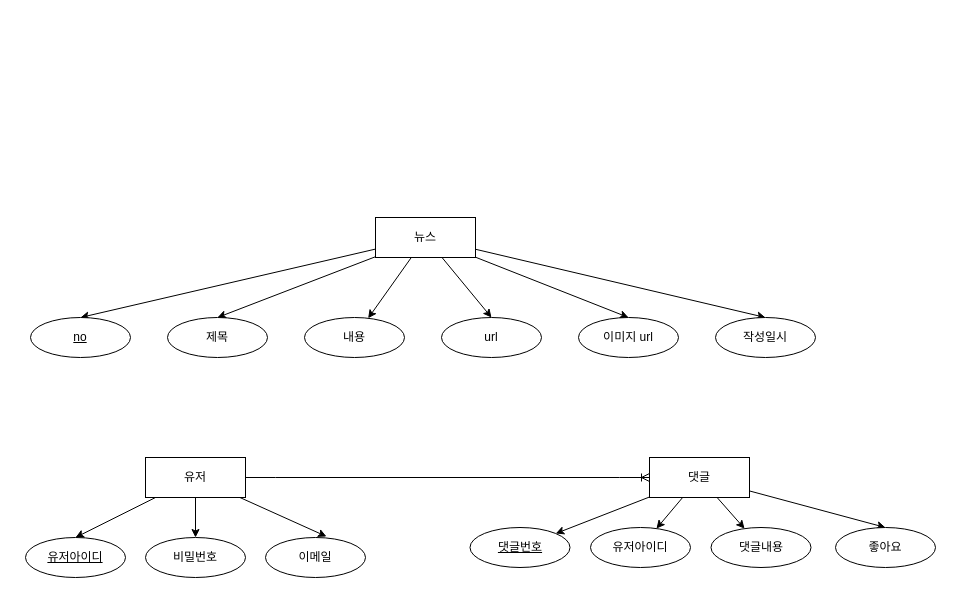
Before: document/뉴스.drawio in jinh0318a/ArirangNews, a draw.io diagram. Source tidied: cells renumbered, new cells numbered last; positions are measured from the earlier drawing's top-left corner, leaving out a move shared by most shapes. Both pictures are drawn from the tidied source at 100%, with x=0, y=0 at pixel (25, 217).
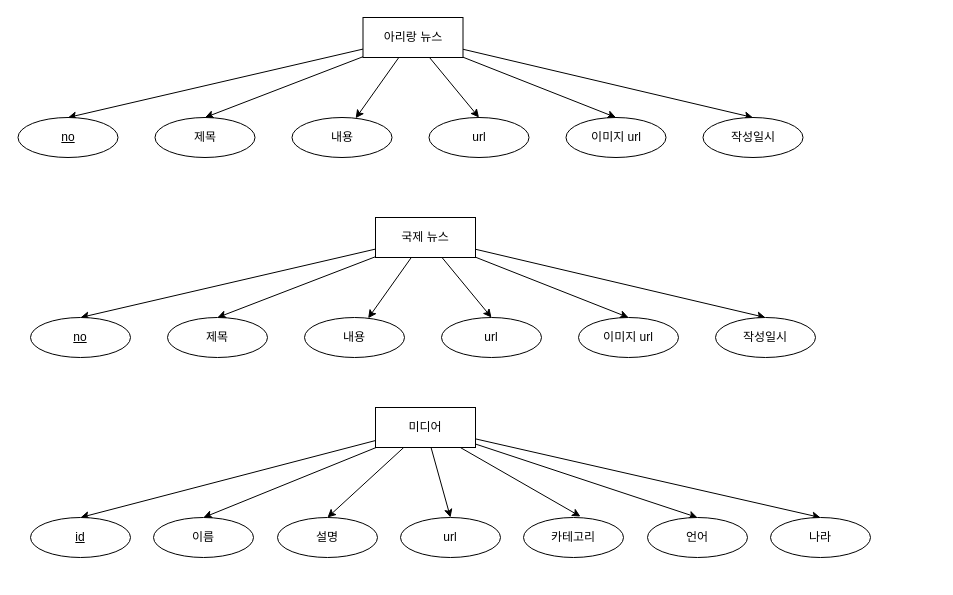
The same diagram, later.

The edit, as a diff of the source:
```diff
@@
-    <mxCell id="8" value="뉴스" style="whiteSpace=wrap;html=1;align=center;" parent="1" vertex="1">
+    <mxCell id="8" value="국제 뉴스" style="whiteSpace=wrap;html=1;align=center;" parent="1" vertex="1">
       <mxGeometry x="350" width="100" height="40" as="geometry" />
     </mxCell>
@@
-    <mxCell id="15" style="edgeStyle=orthogonalEdgeStyle;rounded=0;jettySize=auto;html=1;entryX=0.5;entryY=0;entryDx=0;entryDy=0;" parent="1" edge="1" source="18" target="24">
-      <mxGeometry relative="1" as="geometry" />
-    </mxCell>
-    <mxCell id="16" style="rounded=0;jettySize=auto;html=1;entryX=0.5;entryY=0;entryDx=0;entryDy=0;" parent="1" edge="1" source="18" target="25">
-      <mxGeometry relative="1" as="geometry" />
-    </mxCell>
-    <mxCell id="17" style="rounded=0;jettySize=auto;html=1;entryX=0.61;entryY=-0.025;entryDx=0;entryDy=0;entryPerimeter=0;" parent="1" edge="1" source="18" target="27">
-      <mxGeometry relative="1" as="geometry" />
-    </mxCell>
-    <mxCell id="18" value="유저" style="whiteSpace=wrap;html=1;align=center;" parent="1" vertex="1">
-      <mxGeometry x="120" y="240" width="100" height="40" as="geometry" />
-    </mxCell>
-    <mxCell id="19" style="rounded=0;jettySize=auto;html=1;" parent="1" edge="1" source="23" target="29">
-      <mxGeometry relative="1" as="geometry" />
-    </mxCell>
-    <mxCell id="20" style="rounded=0;jettySize=auto;html=1;" parent="1" edge="1" source="23" target="28">
-      <mxGeometry relative="1" as="geometry" />
-    </mxCell>
-    <mxCell id="21" style="rounded=0;jettySize=auto;html=1;" parent="1" edge="1" source="23" target="26">
-      <mxGeometry relative="1" as="geometry" />
-    </mxCell>
-    <mxCell id="22" style="rounded=0;jettySize=auto;html=1;entryX=0.5;entryY=0;entryDx=0;entryDy=0;" parent="1" edge="1" source="23" target="31">
-      <mxGeometry relative="1" as="geometry" />
-    </mxCell>
-    <mxCell id="23" value="댓글" style="whiteSpace=wrap;html=1;align=center;" parent="1" vertex="1">
-      <mxGeometry x="624" y="240" width="100" height="40" as="geometry" />
-    </mxCell>
-    <mxCell id="24" value="비밀번호" style="ellipse;whiteSpace=wrap;html=1;align=center;" parent="1" vertex="1">
-      <mxGeometry x="120" y="320" width="100" height="40" as="geometry" />
-    </mxCell>
-    <mxCell id="25" value="유저아이디" style="ellipse;whiteSpace=wrap;html=1;align=center;fontStyle=4;" parent="1" vertex="1">
-      <mxGeometry y="320" width="100" height="40" as="geometry" />
-    </mxCell>
-    <mxCell id="26" value="댓글번호" style="ellipse;whiteSpace=wrap;html=1;align=center;fontStyle=4;" parent="1" vertex="1">
-      <mxGeometry x="444.5" y="310" width="100" height="40" as="geometry" />
-    </mxCell>
-    <mxCell id="27" value="이메일" style="ellipse;whiteSpace=wrap;html=1;align=center;" parent="1" vertex="1">
-      <mxGeometry x="240" y="320" width="100" height="40" as="geometry" />
-    </mxCell>
-    <mxCell id="28" value="유저아이디" style="ellipse;whiteSpace=wrap;html=1;align=center;" parent="1" vertex="1">
-      <mxGeometry x="565" y="310" width="100" height="40" as="geometry" />
-    </mxCell>
-    <mxCell id="29" value="댓글내용" style="ellipse;whiteSpace=wrap;html=1;align=center;" parent="1" vertex="1">
-      <mxGeometry x="685.5" y="310" width="100" height="40" as="geometry" />
-    </mxCell>
-    <mxCell id="30" style="edgeStyle=entityRelationEdgeStyle;fontSize=12;html=1;endArrow=ERoneToMany;rounded=0;" parent="1" edge="1" source="18" target="23">
-      <mxGeometry relative="1" as="geometry" />
-    </mxCell>
-    <mxCell id="31" value="좋아요" style="ellipse;whiteSpace=wrap;html=1;align=center;" parent="1" vertex="1">
-      <mxGeometry x="810" y="310" width="100" height="40" as="geometry" />
-    </mxCell>
+    <mxCell id="32" style="rounded=0;jettySize=auto;html=1;" parent="1" edge="1" source="38" target="43">
+      <mxGeometry relative="1" as="geometry" />
+    </mxCell>
+    <mxCell id="33" style="rounded=0;jettySize=auto;html=1;entryX=0.5;entryY=0;entryDx=0;entryDy=0;" parent="1" edge="1" source="38" target="39">
+      <mxGeometry relative="1" as="geometry" />
+    </mxCell>
+    <mxCell id="34" style="rounded=0;jettySize=auto;html=1;entryX=0.5;entryY=0;entryDx=0;entryDy=0;" parent="1" edge="1" source="38" target="42">
+      <mxGeometry relative="1" as="geometry" />
+    </mxCell>
+    <mxCell id="35" style="rounded=0;jettySize=auto;html=1;entryX=0.5;entryY=0;entryDx=0;entryDy=0;" parent="1" edge="1" source="38" target="40">
+      <mxGeometry relative="1" as="geometry" />
+    </mxCell>
+    <mxCell id="36" style="rounded=0;jettySize=auto;html=1;entryX=0.5;entryY=0;entryDx=0;entryDy=0;" parent="1" edge="1" source="38" target="41">
+      <mxGeometry relative="1" as="geometry" />
+    </mxCell>
+    <mxCell id="37" style="rounded=0;jettySize=auto;html=1;entryX=0.5;entryY=0;entryDx=0;entryDy=0;" parent="1" edge="1" source="38" target="44">
+      <mxGeometry relative="1" as="geometry" />
+    </mxCell>
+    <mxCell id="38" value="아리랑 뉴스" style="whiteSpace=wrap;html=1;align=center;" parent="1" vertex="1">
+      <mxGeometry x="337.5" y="-200" width="100" height="40" as="geometry" />
+    </mxCell>
+    <mxCell id="39" value="제목" style="ellipse;whiteSpace=wrap;html=1;align=center;" parent="1" vertex="1">
+      <mxGeometry x="129.5" y="-100" width="100" height="40" as="geometry" />
+    </mxCell>
+    <mxCell id="40" value="no" style="ellipse;whiteSpace=wrap;html=1;align=center;fontStyle=4;" parent="1" vertex="1">
+      <mxGeometry x="-7.5" y="-100" width="100" height="40" as="geometry" />
+    </mxCell>
+    <mxCell id="41" value="이미지 url" style="ellipse;whiteSpace=wrap;html=1;align=center;" parent="1" vertex="1">
+      <mxGeometry x="540.5" y="-100" width="100" height="40" as="geometry" />
+    </mxCell>
+    <mxCell id="42" value="url" style="ellipse;whiteSpace=wrap;html=1;align=center;" parent="1" vertex="1">
+      <mxGeometry x="403.5" y="-100" width="100" height="40" as="geometry" />
+    </mxCell>
+    <mxCell id="43" value="내용" style="ellipse;whiteSpace=wrap;html=1;align=center;" parent="1" vertex="1">
+      <mxGeometry x="266.5" y="-100" width="100" height="40" as="geometry" />
+    </mxCell>
+    <mxCell id="44" value="작성일시" style="ellipse;whiteSpace=wrap;html=1;align=center;" parent="1" vertex="1">
+      <mxGeometry x="677.5" y="-100" width="100" height="40" as="geometry" />
+    </mxCell>
+    <mxCell id="45" style="rounded=0;jettySize=auto;html=1;entryX=0.5;entryY=0;entryDx=0;entryDy=0;" parent="1" edge="1" source="52" target="55">
+      <mxGeometry relative="1" as="geometry" />
+    </mxCell>
+    <mxCell id="46" style="rounded=0;jettySize=auto;html=1;entryX=0.5;entryY=0;entryDx=0;entryDy=0;" parent="1" edge="1" source="52" target="53">
+      <mxGeometry relative="1" as="geometry" />
+    </mxCell>
+    <mxCell id="47" style="rounded=0;jettySize=auto;html=1;entryX=0.57;entryY=-0.025;entryDx=0;entryDy=0;entryPerimeter=0;" parent="1" edge="1" source="52" target="56">
+      <mxGeometry relative="1" as="geometry" />
+    </mxCell>
+    <mxCell id="48" style="rounded=0;jettySize=auto;html=1;entryX=0.5;entryY=0;entryDx=0;entryDy=0;" parent="1" edge="1" source="52" target="57">
+      <mxGeometry relative="1" as="geometry" />
+    </mxCell>
+    <mxCell id="49" style="rounded=0;jettySize=auto;html=1;entryX=0.5;entryY=0;entryDx=0;entryDy=0;" parent="1" edge="1" source="52" target="58">
+      <mxGeometry relative="1" as="geometry" />
+    </mxCell>
+    <mxCell id="50" style="rounded=0;jettySize=auto;html=1;entryX=0.5;entryY=0;entryDx=0;entryDy=0;" parent="1" edge="1" source="52" target="59">
+      <mxGeometry relative="1" as="geometry" />
+    </mxCell>
+    <mxCell id="51" style="rounded=0;jettySize=auto;html=1;entryX=0.5;entryY=0;entryDx=0;entryDy=0;" parent="1" edge="1" source="52" target="54">
+      <mxGeometry relative="1" as="geometry" />
+    </mxCell>
+    <mxCell id="52" value="미디어" style="whiteSpace=wrap;html=1;align=center;" parent="1" vertex="1">
+      <mxGeometry x="350" y="190" width="100" height="40" as="geometry" />
+    </mxCell>
+    <mxCell id="53" value="설명" style="ellipse;whiteSpace=wrap;html=1;align=center;" parent="1" vertex="1">
+      <mxGeometry x="252" y="300" width="100" height="40" as="geometry" />
+    </mxCell>
+    <mxCell id="54" value="id" style="ellipse;whiteSpace=wrap;html=1;align=center;fontStyle=4;" parent="1" vertex="1">
+      <mxGeometry x="5" y="300" width="100" height="40" as="geometry" />
+    </mxCell>
+    <mxCell id="55" value="url" style="ellipse;whiteSpace=wrap;html=1;align=center;" parent="1" vertex="1">
+      <mxGeometry x="375" y="300" width="100" height="40" as="geometry" />
+    </mxCell>
+    <mxCell id="56" value="카테고리" style="ellipse;whiteSpace=wrap;html=1;align=center;" parent="1" vertex="1">
+      <mxGeometry x="498" y="300" width="100" height="40" as="geometry" />
+    </mxCell>
+    <mxCell id="57" value="언어" style="ellipse;whiteSpace=wrap;html=1;align=center;" parent="1" vertex="1">
+      <mxGeometry x="622" y="300" width="100" height="40" as="geometry" />
+    </mxCell>
+    <mxCell id="58" value="나라" style="ellipse;whiteSpace=wrap;html=1;align=center;" parent="1" vertex="1">
+      <mxGeometry x="745" y="300" width="100" height="40" as="geometry" />
+    </mxCell>
+    <mxCell id="59" value="이름" style="ellipse;whiteSpace=wrap;html=1;align=center;" parent="1" vertex="1">
+      <mxGeometry x="128" y="300" width="100" height="40" as="geometry" />
+    </mxCell>
```
